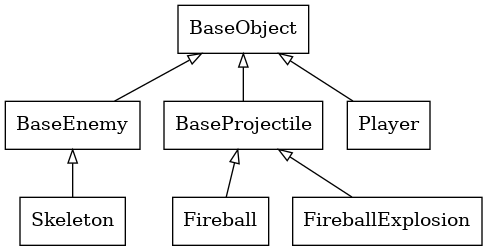
Above: inheritance.gv.png in lachfoy/2dgameABANDONED (Graphviz), before the change. Its source is kept beside it as inheritance.gv.
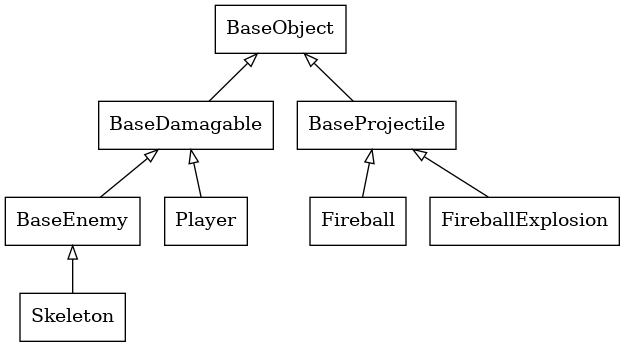
After the commit.

Commit message:
update inheritance graph

What changed in the source:
```diff
@@ -2,16 +2,17 @@
     node [shape=box]
     edge [dir=back arrowtail=empty]
 
+    BaseObject
+    BaseDamagable
+    BaseProjectile
     BaseEnemy
-    BaseObject
-    BaseProjectile
+    Player
     Fireball
     FireballExplosion
-    BaseEnemy
-    Player
     Skeleton
 
-    BaseObject->{BaseEnemy, BaseProjectile, Player}
+    BaseObject->{BaseDamagable, BaseProjectile}
+    BaseDamagable->{Player, BaseEnemy}
     BaseProjectile->{Fireball, FireballExplosion}
     BaseEnemy->Skeleton
 }
```
